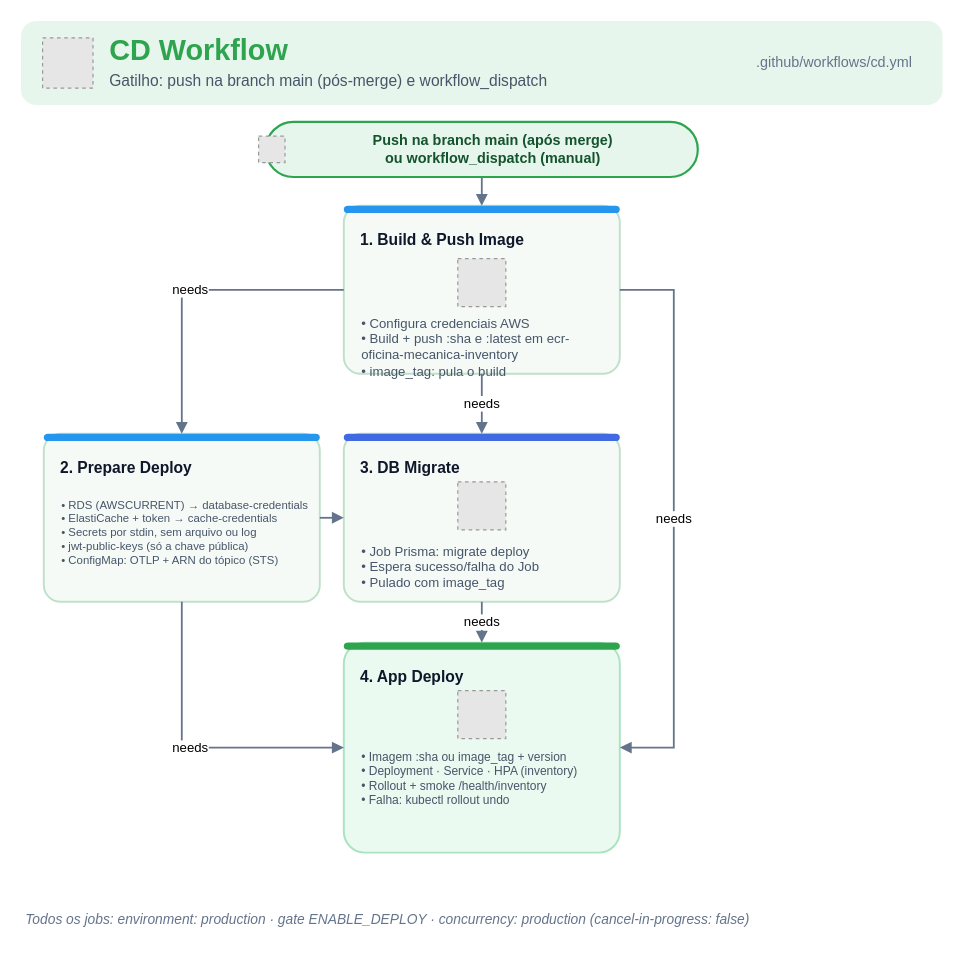
This is docs/diagrams/src/cd-workflow.drawio from FIAP-15SOAT/oficina-mecanica-inventory-service, a draw.io file, before an edit. Source tidied: cells renumbered, new cells numbered last; positions are measured from the earlier drawing's top-left corner, leaving out a move shared by most shapes. Both pictures are drawn from the tidied source at 120%, with x=0, y=0 at pixel (20, 20). Pictures stored in the file or linked from it are replaced by grey dashed boxes.
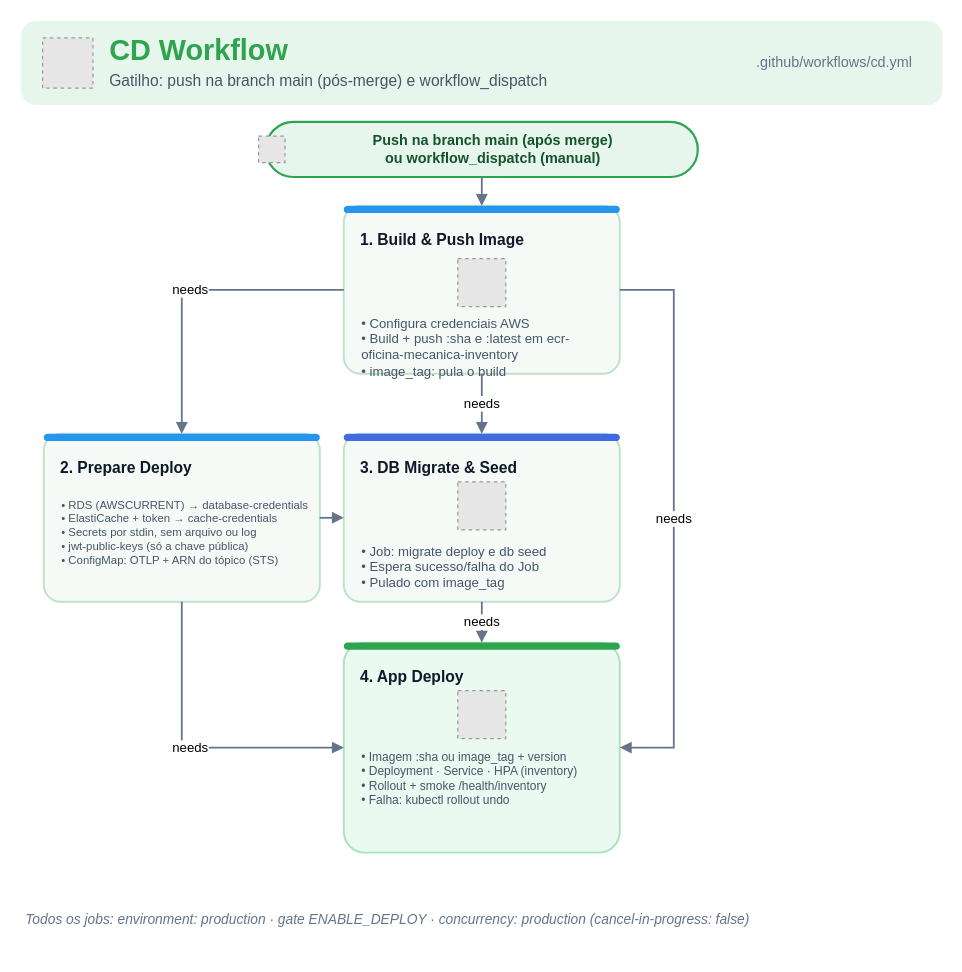
The same page after the edit.

What changed in the source:
```diff
@@
-    <mxCell id="16" value="3. DB Migrate" style="text;html=1;align=left;verticalAlign=top;fontSize=13;fontStyle=1;fontColor=#0f172a;" parent="1" vertex="1">
+    <mxCell id="16" value="3. DB Migrate &amp; Seed" style="text;html=1;align=left;verticalAlign=top;fontSize=13;fontStyle=1;fontColor=#0f172a;" parent="1" vertex="1">
       <mxGeometry x="281" y="358" width="210" height="20" as="geometry" />
     </mxCell>
@@
-    <mxCell id="18" value="• Job Prisma: migrate deploy&lt;br&gt;• Espera sucesso/falha do Job&lt;br&gt;• Pulado com image_tag" style="text;html=1;whiteSpace=wrap;align=left;verticalAlign=top;fontSize=11;fontColor=#475569;spacing=1;spacingLeft=2;" parent="1" vertex="1">
+    <mxCell id="18" value="• Job: migrate deploy e db seed&lt;br&gt;• Espera sucesso/falha do Job&lt;br&gt;• Pulado com image_tag" style="text;html=1;whiteSpace=wrap;align=left;verticalAlign=top;fontSize=11;fontColor=#475569;spacing=1;spacingLeft=2;" parent="1" vertex="1">
       <mxGeometry x="281" y="430" width="208" height="46" as="geometry" />
     </mxCell>
```
